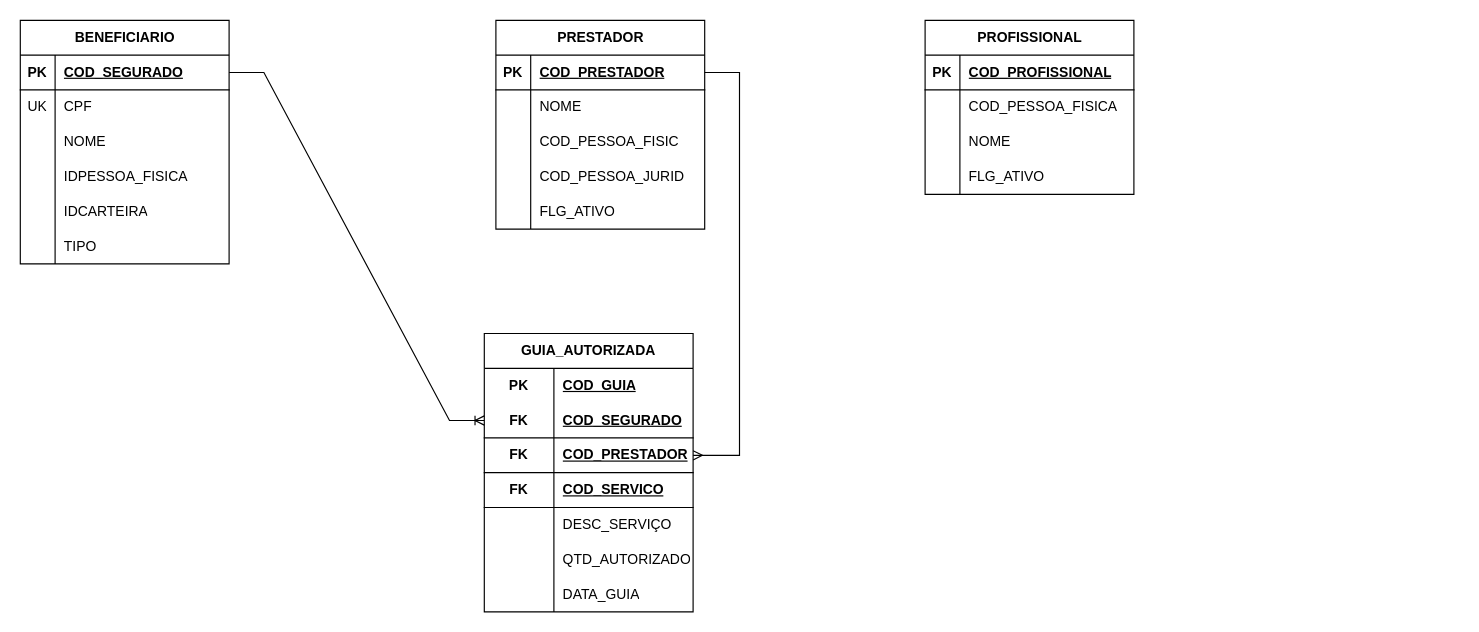
Earlier version of the draw.io diagram APP-TEA02.drawio (hugocesar975/Todos). Source tidied: cells renumbered, new cells numbered last; positions are measured from the earlier drawing's top-left corner, leaving out a move shared by most shapes. Both pictures are drawn from the tidied source at 116%, with x=0, y=0 at pixel (20, 20).
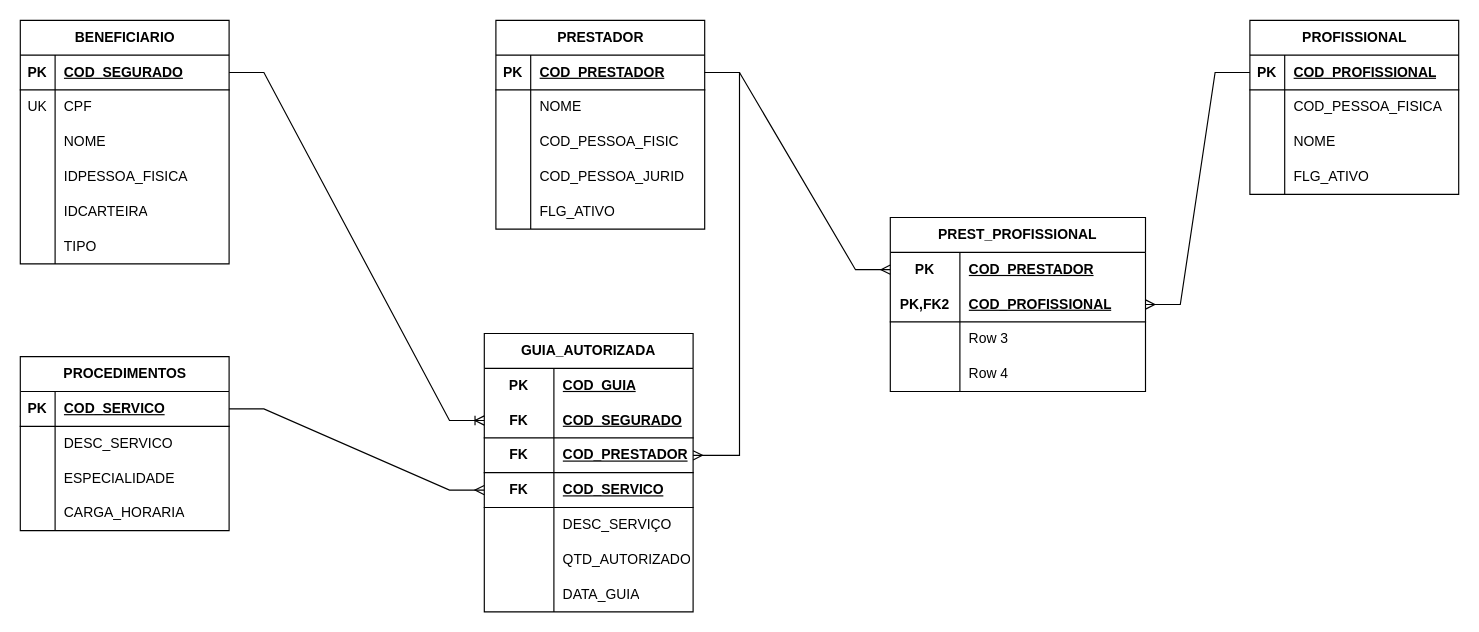
After the change.

Unchanged cells that the change refers to:
```xml
<mxCell id="31" style="shape=tableRow;horizontal=0;startSize=0;swimlaneHead=0;swimlaneBody=0;fillColor=none;points=[[0,0.5],[1,0.5]];portConstraint=eastwest;top=0;left=0;right=0;bottom=1;html=1;" parent="21" vertex="1">
  <mxGeometry y="120" width="180" height="30" as="geometry" />
</mxCell>
<mxCell id="45" style="shape=tableRow;horizontal=0;startSize=0;swimlaneHead=0;swimlaneBody=0;fillColor=none;points=[[0,0.5],[1,0.5]];portConstraint=eastwest;top=0;left=0;right=0;bottom=1;" parent="44" vertex="1">
  <mxGeometry y="30" width="180" height="30" as="geometry" />
</mxCell>
<mxCell id="61" style="shape=tableRow;horizontal=0;startSize=0;swimlaneHead=0;swimlaneBody=0;fillColor=none;points=[[0,0.5],[1,0.5]];portConstraint=eastwest;top=0;left=0;right=0;bottom=1;" parent="60" vertex="1">
  <mxGeometry y="30" width="180" height="30" as="geometry" />
</mxCell>
```

Change to the diagram source:
```diff
@@
     <mxCell id="60" value="PROFISSIONAL" style="shape=table;startSize=30;childLayout=tableLayout;rowLines=0;fontStyle=1;align=center;html=1;" parent="1" vertex="1">
-      <mxGeometry x="780" width="180" height="150" as="geometry" />
+      <mxGeometry x="1060" width="180" height="150" as="geometry" />
     </mxCell>
@@
+    <mxCell id="74" value="PROCEDIMENTOS" style="shape=table;startSize=30;childLayout=tableLayout;rowLines=0;fontStyle=1;align=center;html=1;" parent="1" vertex="1">
+      <mxGeometry y="290" width="180" height="150" as="geometry" />
+    </mxCell>
+    <mxCell id="75" style="shape=tableRow;horizontal=0;startSize=0;swimlaneHead=0;swimlaneBody=0;fillColor=none;points=[[0,0.5],[1,0.5]];portConstraint=eastwest;top=0;left=0;right=0;bottom=1;" parent="74" vertex="1">
+      <mxGeometry y="30" width="180" height="30" as="geometry" />
+    </mxCell>
+    <mxCell id="76" value="PK" style="shape=partialRectangle;fillColor=none;top=0;left=0;bottom=0;right=0;fontStyle=1;overflow=hidden;whiteSpace=wrap;html=1;" parent="75" vertex="1">
+      <mxGeometry width="30" height="30" as="geometry" />
+    </mxCell>
+    <mxCell id="77" value="COD_SERVICO" style="shape=partialRectangle;fillColor=none;top=0;left=0;bottom=0;right=0;align=left;spacingLeft=6;fontStyle=5;overflow=hidden;whiteSpace=wrap;html=1;" parent="75" vertex="1">
+      <mxGeometry x="30" width="150" height="30" as="geometry" />
+    </mxCell>
+    <mxCell id="78" style="shape=tableRow;horizontal=0;startSize=0;swimlaneHead=0;swimlaneBody=0;fillColor=none;top=0;left=0;right=0;bottom=0;" parent="74" vertex="1">
+      <mxGeometry y="60" width="180" height="30" as="geometry" />
+    </mxCell>
+    <mxCell id="79" style="shape=partialRectangle;fillColor=none;top=0;left=0;bottom=0;right=0;overflow=hidden;whiteSpace=wrap;html=1;" parent="78" vertex="1">
+      <mxGeometry width="30" height="30" as="geometry" />
+    </mxCell>
+    <mxCell id="80" value="DESC_SERVICO" style="shape=partialRectangle;fillColor=none;top=0;left=0;bottom=0;right=0;align=left;spacingLeft=6;overflow=hidden;whiteSpace=wrap;html=1;" parent="78" vertex="1">
+      <mxGeometry x="30" width="150" height="30" as="geometry" />
+    </mxCell>
+    <mxCell id="81" style="shape=tableRow;horizontal=0;startSize=0;swimlaneHead=0;swimlaneBody=0;fillColor=none;top=0;left=0;right=0;bottom=0;" parent="74" vertex="1">
+      <mxGeometry y="90" width="180" height="30" as="geometry" />
+    </mxCell>
+    <mxCell id="82" style="shape=partialRectangle;fillColor=none;top=0;left=0;bottom=0;right=0;overflow=hidden;whiteSpace=wrap;html=1;" parent="81" vertex="1">
+      <mxGeometry width="30" height="30" as="geometry" />
+    </mxCell>
+    <mxCell id="83" value="ESPECIALIDADE" style="shape=partialRectangle;fillColor=none;top=0;left=0;bottom=0;right=0;align=left;spacingLeft=6;overflow=hidden;whiteSpace=wrap;html=1;" parent="81" vertex="1">
+      <mxGeometry x="30" width="150" height="30" as="geometry" />
+    </mxCell>
+    <mxCell id="84" style="shape=tableRow;horizontal=0;startSize=0;swimlaneHead=0;swimlaneBody=0;fillColor=none;top=0;left=0;right=0;bottom=0;" parent="74" vertex="1">
+      <mxGeometry y="120" width="180" height="30" as="geometry" />
+    </mxCell>
+    <mxCell id="85" style="shape=partialRectangle;fillColor=none;top=0;left=0;bottom=0;right=0;overflow=hidden;whiteSpace=wrap;html=1;" parent="84" vertex="1">
+      <mxGeometry width="30" height="30" as="geometry" />
+    </mxCell>
+    <mxCell id="86" value="CARGA_HORARIA" style="shape=partialRectangle;fillColor=none;top=0;left=0;bottom=0;right=0;align=left;spacingLeft=6;overflow=hidden;whiteSpace=wrap;html=1;" parent="84" vertex="1">
+      <mxGeometry x="30" width="150" height="30" as="geometry" />
+    </mxCell>
+    <mxCell id="87" style="edgeStyle=entityRelationEdgeStyle;fontSize=12;html=1;endArrow=ERmany;rounded=0;entryX=0;entryY=0.5;entryDx=0;entryDy=0;" parent="1" edge="1" source="75" target="31">
+      <mxGeometry relative="1" as="geometry" />
+    </mxCell>
+    <mxCell id="88" value="PREST_PROFISSIONAL" style="shape=table;startSize=30;childLayout=tableLayout;rowLines=0;fontStyle=1;align=center;html=1;whiteSpace=wrap;" parent="1" vertex="1">
+      <mxGeometry x="750" y="170" width="220" height="150" as="geometry" />
+    </mxCell>
+    <mxCell id="89" style="shape=tableRow;horizontal=0;startSize=0;swimlaneHead=0;swimlaneBody=0;fillColor=none;points=[[0,0.5],[1,0.5]];portConstraint=eastwest;top=0;left=0;right=0;bottom=0;html=1;" parent="88" vertex="1">
+      <mxGeometry y="30" width="220" height="30" as="geometry" />
+    </mxCell>
+    <mxCell id="90" value="PK" style="shape=partialRectangle;fillColor=none;top=0;left=0;bottom=0;right=0;fontStyle=1;overflow=hidden;html=1;whiteSpace=wrap;" parent="89" vertex="1">
+      <mxGeometry width="60" height="30" as="geometry" />
+    </mxCell>
+    <mxCell id="91" value="COD_PRESTADOR" style="shape=partialRectangle;fillColor=none;top=0;left=0;bottom=0;right=0;align=left;spacingLeft=6;fontStyle=5;overflow=hidden;html=1;whiteSpace=wrap;" parent="89" vertex="1">
+      <mxGeometry x="60" width="160" height="30" as="geometry" />
+    </mxCell>
+    <mxCell id="92" style="shape=tableRow;horizontal=0;startSize=0;swimlaneHead=0;swimlaneBody=0;fillColor=none;points=[[0,0.5],[1,0.5]];portConstraint=eastwest;top=0;left=0;right=0;bottom=1;html=1;" parent="88" vertex="1">
+      <mxGeometry y="60" width="220" height="30" as="geometry" />
+    </mxCell>
+    <mxCell id="93" value="PK,FK2" style="shape=partialRectangle;fillColor=none;top=0;left=0;bottom=0;right=0;fontStyle=1;overflow=hidden;html=1;whiteSpace=wrap;" parent="92" vertex="1">
+      <mxGeometry width="60" height="30" as="geometry" />
+    </mxCell>
+    <mxCell id="94" value="COD_PROFISSIONAL" style="shape=partialRectangle;fillColor=none;top=0;left=0;bottom=0;right=0;align=left;spacingLeft=6;fontStyle=5;overflow=hidden;html=1;whiteSpace=wrap;" parent="92" vertex="1">
+      <mxGeometry x="60" width="160" height="30" as="geometry" />
+    </mxCell>
+    <mxCell id="95" style="shape=tableRow;horizontal=0;startSize=0;swimlaneHead=0;swimlaneBody=0;fillColor=none;top=0;left=0;right=0;bottom=0;html=1;" parent="88" vertex="1">
+      <mxGeometry y="90" width="220" height="30" as="geometry" />
+    </mxCell>
+    <mxCell id="96" style="shape=partialRectangle;fillColor=none;top=0;left=0;bottom=0;right=0;overflow=hidden;html=1;whiteSpace=wrap;" parent="95" vertex="1">
+      <mxGeometry width="60" height="30" as="geometry" />
+    </mxCell>
+    <mxCell id="97" value="Row 3" style="shape=partialRectangle;fillColor=none;top=0;left=0;bottom=0;right=0;align=left;spacingLeft=6;overflow=hidden;html=1;whiteSpace=wrap;" parent="95" vertex="1">
+      <mxGeometry x="60" width="160" height="30" as="geometry" />
+    </mxCell>
+    <mxCell id="98" style="shape=tableRow;horizontal=0;startSize=0;swimlaneHead=0;swimlaneBody=0;fillColor=none;top=0;left=0;right=0;bottom=0;html=1;" parent="88" vertex="1">
+      <mxGeometry y="120" width="220" height="30" as="geometry" />
+    </mxCell>
+    <mxCell id="99" style="shape=partialRectangle;fillColor=none;top=0;left=0;bottom=0;right=0;overflow=hidden;html=1;whiteSpace=wrap;" parent="98" vertex="1">
+      <mxGeometry width="60" height="30" as="geometry" />
+    </mxCell>
+    <mxCell id="100" value="Row 4" style="shape=partialRectangle;fillColor=none;top=0;left=0;bottom=0;right=0;align=left;spacingLeft=6;overflow=hidden;html=1;whiteSpace=wrap;" parent="98" vertex="1">
+      <mxGeometry x="60" width="160" height="30" as="geometry" />
+    </mxCell>
+    <mxCell id="101" style="edgeStyle=entityRelationEdgeStyle;fontSize=12;html=1;endArrow=ERmany;rounded=0;exitX=1;exitY=0.5;exitDx=0;exitDy=0;" parent="1" edge="1" source="45" target="89">
+      <mxGeometry relative="1" as="geometry" />
+    </mxCell>
+    <mxCell id="102" style="edgeStyle=entityRelationEdgeStyle;fontSize=12;html=1;endArrow=ERmany;rounded=0;exitX=0;exitY=0.5;exitDx=0;exitDy=0;" parent="1" edge="1" source="61" target="92">
+      <mxGeometry relative="1" as="geometry" />
+    </mxCell>
```
